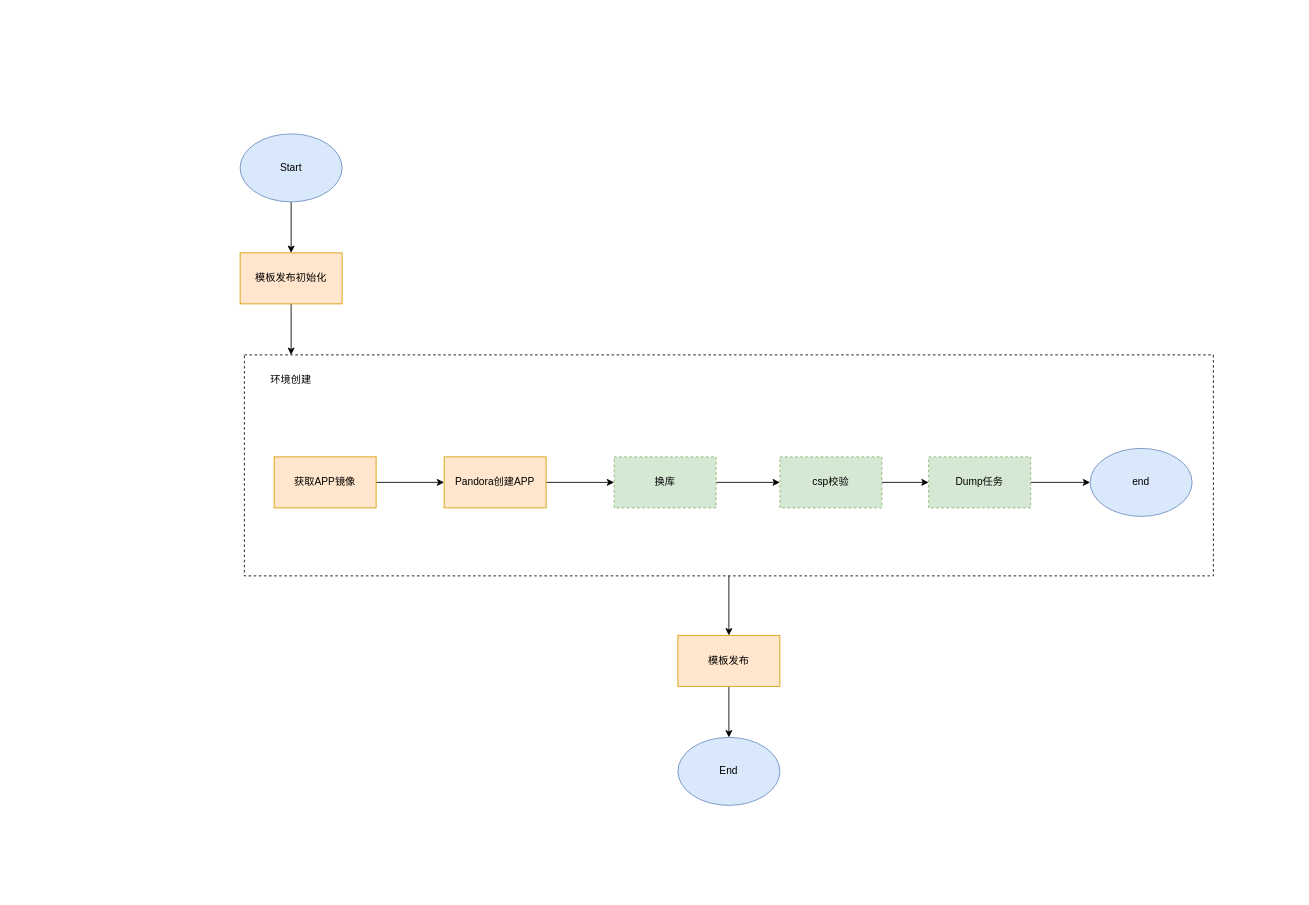
Above: 现有流程.drawio in March-chen/drawio-project (draw.io), before the change. Source tidied: cells renumbered, new cells numbered last; positions are measured from the earlier drawing's top-left corner, leaving out a move shared by most shapes. Both pictures are drawn from the tidied source at 85%, with x=0, y=0 at pixel (240, 133).
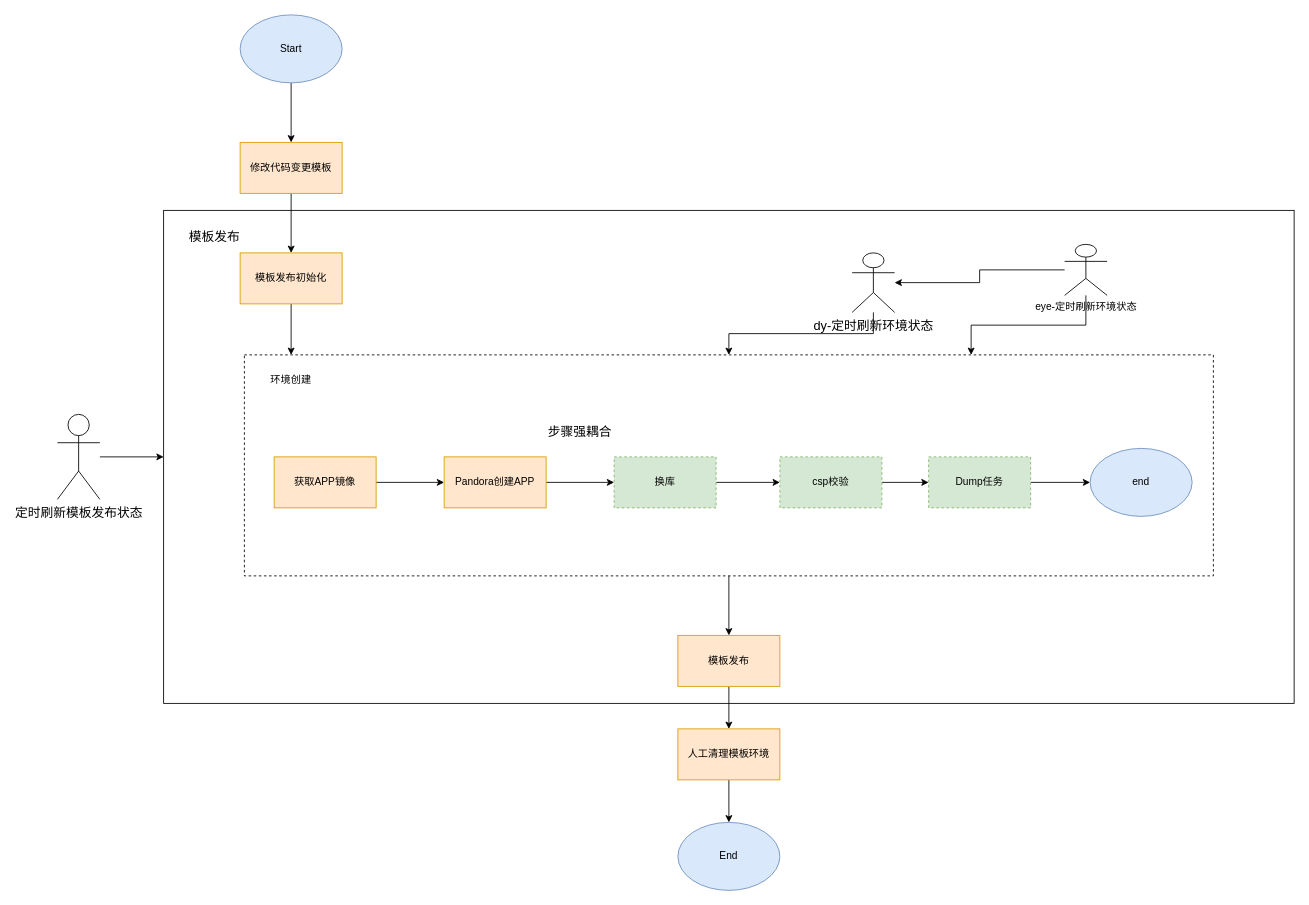
After the change.

The change refers to these unchanged cells:
```xml
<mxCell id="13" value="模板发布初始化" style="rounded=0;whiteSpace=wrap;html=1;fillColor=#ffe6cc;strokeColor=#d79b00;" parent="1" vertex="1">
  <mxGeometry y="140" width="120" height="60" as="geometry" />
</mxCell>
<mxCell id="18" style="rounded=0;whiteSpace=wrap;html=1;strokeColor=default;fillColor=none;dashed=1;" parent="1" vertex="1">
  <mxGeometry x="5" y="260" width="1140" height="260" as="geometry" />
</mxCell>
<mxCell id="22" value="模板发布" style="rounded=0;whiteSpace=wrap;html=1;fillColor=#ffe6cc;strokeColor=#d79b00;" parent="1" vertex="1">
  <mxGeometry x="515" y="590" width="120" height="60" as="geometry" />
</mxCell>
```

The edit, as a diff of the source:
```diff
@@
-    <mxCell id="14" style="edgeStyle=orthogonalEdgeStyle;rounded=0;jettySize=auto;html=1;" parent="1" edge="1" source="15" target="13">
-      <mxGeometry relative="1" as="geometry" />
-    </mxCell>
+    <mxCell id="23" style="edgeStyle=orthogonalEdgeStyle;rounded=0;jettySize=auto;html=1;" parent="1" edge="1" source="15" target="36">
+      <mxGeometry relative="1" as="geometry" />
+    </mxCell>
     <mxCell id="15" value="Start" style="ellipse;whiteSpace=wrap;html=1;fillColor=#dae8fc;strokeColor=#6c8ebf;" parent="1" vertex="1">
-      <mxGeometry width="120" height="80" as="geometry" />
+      <mxGeometry y="-140" width="120" height="80" as="geometry" />
     </mxCell>
     <mxCell id="16" value="End" style="ellipse;whiteSpace=wrap;html=1;fillColor=#dae8fc;strokeColor=#6c8ebf;" parent="1" vertex="1">
-      <mxGeometry x="515" y="710" width="120" height="80" as="geometry" />
+      <mxGeometry x="515" y="810" width="120" height="80" as="geometry" />
     </mxCell>
@@
-    <mxCell id="21" style="edgeStyle=orthogonalEdgeStyle;rounded=0;jettySize=auto;html=1;" parent="1" edge="1" source="22" target="16">
-      <mxGeometry relative="1" as="geometry" />
-    </mxCell>
+    <mxCell id="24" style="edgeStyle=orthogonalEdgeStyle;rounded=0;jettySize=auto;html=1;" parent="1" edge="1" source="22" target="26">
+      <mxGeometry relative="1" as="geometry" />
+    </mxCell>
@@
+    <mxCell id="25" style="edgeStyle=orthogonalEdgeStyle;rounded=0;jettySize=auto;html=1;" parent="1" edge="1" source="26" target="16">
+      <mxGeometry relative="1" as="geometry" />
+    </mxCell>
+    <mxCell id="26" value="人工清理模板环境" style="rounded=0;whiteSpace=wrap;html=1;fillColor=#ffe6cc;strokeColor=#d79b00;" parent="1" vertex="1">
+      <mxGeometry x="515" y="700" width="120" height="60" as="geometry" />
+    </mxCell>
+    <mxCell id="27" style="edgeStyle=orthogonalEdgeStyle;rounded=0;jettySize=auto;html=1;" parent="1" edge="1" source="28" target="18">
+      <mxGeometry relative="1" as="geometry" />
+    </mxCell>
+    <mxCell id="28" value="&lt;font style=&quot;font-size: 15px;&quot;&gt;dy-定时刷新环境状态&lt;/font&gt;" style="shape=umlActor;verticalLabelPosition=bottom;verticalAlign=top;html=1;outlineConnect=0;" parent="1" vertex="1">
+      <mxGeometry x="720" y="140" width="50" height="70" as="geometry" />
+    </mxCell>
+    <mxCell id="29" style="edgeStyle=orthogonalEdgeStyle;rounded=0;jettySize=auto;html=1;" parent="1" edge="1" source="30" target="31">
+      <mxGeometry relative="1" as="geometry" />
+    </mxCell>
+    <mxCell id="30" value="&lt;font style=&quot;font-size: 15px;&quot;&gt;定时刷新模板发布状态&lt;/font&gt;" style="shape=umlActor;verticalLabelPosition=bottom;verticalAlign=top;html=1;" parent="1" vertex="1">
+      <mxGeometry x="-215" y="330" width="50" height="100" as="geometry" />
+    </mxCell>
+    <mxCell id="31" style="rounded=0;whiteSpace=wrap;html=1;fillColor=none;" parent="1" vertex="1">
+      <mxGeometry x="-90" y="90" width="1330" height="580" as="geometry" />
+    </mxCell>
+    <mxCell id="32" style="edgeStyle=orthogonalEdgeStyle;rounded=0;jettySize=auto;html=1;entryX=0.75;entryY=0;entryDx=0;entryDy=0;" parent="1" edge="1" source="34" target="18">
+      <mxGeometry relative="1" as="geometry" />
+    </mxCell>
+    <mxCell id="33" style="edgeStyle=orthogonalEdgeStyle;rounded=0;jettySize=auto;html=1;" parent="1" edge="1" source="34" target="28">
+      <mxGeometry relative="1" as="geometry" />
+    </mxCell>
+    <mxCell id="34" value="eye-定时刷新环境状态" style="shape=umlActor;verticalLabelPosition=bottom;verticalAlign=top;html=1;" parent="1" vertex="1">
+      <mxGeometry x="970" y="130" width="50" height="60" as="geometry" />
+    </mxCell>
+    <mxCell id="35" style="edgeStyle=orthogonalEdgeStyle;rounded=0;jettySize=auto;html=1;" parent="1" edge="1" source="36" target="13">
+      <mxGeometry relative="1" as="geometry" />
+    </mxCell>
+    <mxCell id="36" value="修改代码变更模板" style="rounded=0;whiteSpace=wrap;html=1;fillColor=#ffe6cc;strokeColor=#d79b00;" parent="1" vertex="1">
+      <mxGeometry y="10" width="120" height="60" as="geometry" />
+    </mxCell>
+    <mxCell id="37" value="&lt;font style=&quot;font-size: 15px;&quot;&gt;步骤强耦合&lt;/font&gt;" style="rounded=0;whiteSpace=wrap;html=1;fillColor=none;strokeColor=none;" parent="1" vertex="1">
+      <mxGeometry x="340" y="320" width="120" height="60" as="geometry" />
+    </mxCell>
+    <mxCell id="38" value="&lt;font style=&quot;font-size: 15px;&quot;&gt;模板发布&lt;/font&gt;" style="rounded=0;whiteSpace=wrap;html=1;fillColor=none;strokeColor=none;" parent="1" vertex="1">
+      <mxGeometry x="-90" y="90" width="120" height="60" as="geometry" />
+    </mxCell>
```
